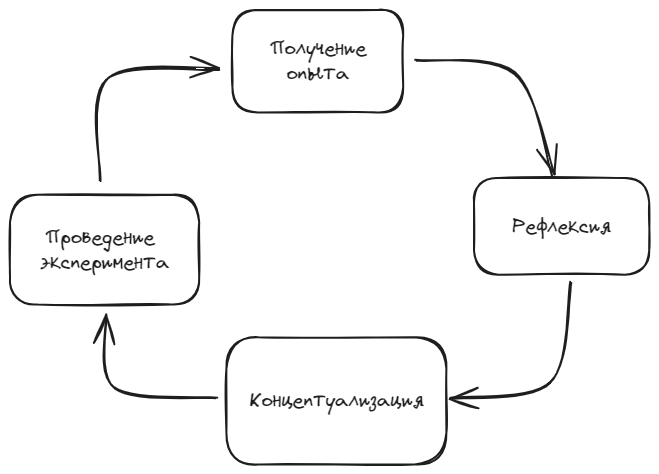
Before: diplom/assets/pedagogic/psy/colb.excalidraw.png, a diagram exported from Excalidraw (NMashalov/EducationGenerativeModelApplication). Source tidied: one line per element, renumbered; positions are measured from the earlier drawing's top-left corner, leaving out a move shared by most shapes.
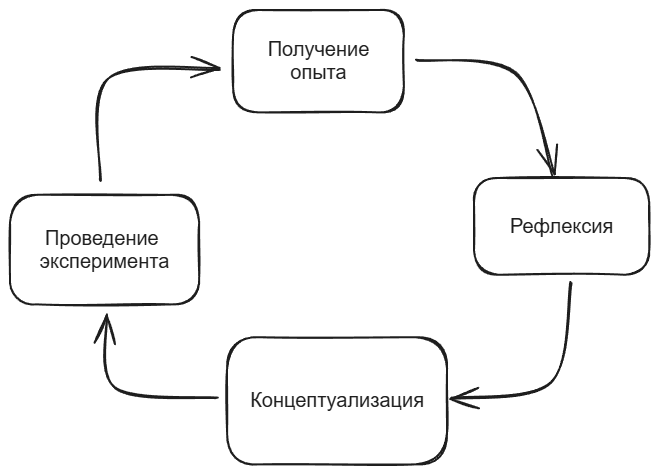
Later version of the same file.

Change to the diagram source:
```diff
@@ -1,12 +1,12 @@
 {"id": 0, "type": "rectangle", "strokeColor": "#1e1e1e", "strokeWidth": 2, "roughness": 1, "round": true, "x": 216, "y": 327, "width": 220, "height": 127}
-{"id": 1, "type": "text", "text": "Концептуализация", "strokeColor": "#1e1e1e", "strokeWidth": 2, "roughness": 1, "fontSize": 20, "fontFamily": 1, "textAlign": "center", "verticalAlign": "middle", "inside": 0, "x": 239, "y": 378, "width": 175, "height": 25}
+{"id": 1, "type": "text", "text": "Концептуализация", "strokeColor": "#1e1e1e", "strokeWidth": 2, "roughness": 1, "fontSize": 20, "fontFamily": 2, "textAlign": "center", "verticalAlign": "middle", "inside": 0, "x": 239, "y": 379, "width": 174, "height": 23}
-{"id": 2, "type": "arrow", "strokeColor": "#1e1e1e", "strokeWidth": 2, "roughness": 1, "endArrowhead": "arrow", "round": true, "from": 0, "x": 206, "y": 387, "width": 110, "height": 82, "points": [[0, 0], [-100, -10], [-110, -82]]}
+{"id": 2, "type": "arrow", "strokeColor": "#1e1e1e", "strokeWidth": 2, "roughness": 1, "endArrowhead": "arrow", "round": true, "from": 0, "to": 3, "x": 206, "y": 387, "width": 110, "height": 82, "points": [[0, 0], [-100, -10], [-110, -82]]}
-{"id": 3, "type": "rectangle", "strokeColor": "#1e1e1e", "strokeWidth": 2, "roughness": 1, "round": true, "x": 0, "y": 185, "width": 189, "height": 110}
+{"id": 3, "type": "rectangle", "strokeColor": "#1e1e1e", "strokeWidth": 2, "roughness": 1, "round": true, "x": -1, "y": 185, "width": 189, "height": 110}
-{"id": 4, "type": "text", "text": "Проведение \nэксперимента", "strokeColor": "#1e1e1e", "strokeWidth": 2, "roughness": 1, "fontSize": 20, "fontFamily": 1, "textAlign": "center", "verticalAlign": "middle", "inside": 3, "x": 30, "y": 215, "width": 129, "height": 50}
+{"id": 4, "type": "text", "text": "Проведение \nэксперимента", "strokeColor": "#1e1e1e", "strokeWidth": 2, "roughness": 1, "fontSize": 20, "fontFamily": 2, "textAlign": "center", "verticalAlign": "middle", "inside": 3, "x": 29, "y": 217, "width": 129, "height": 46}
-{"id": 5, "type": "arrow", "strokeColor": "#1e1e1e", "strokeWidth": 2, "roughness": 1, "endArrowhead": "arrow", "round": true, "from": 3, "x": 90, "y": 170, "width": 119, "height": 111, "points": [[0, 0], [7, -101], [119, -111]]}
+{"id": 5, "type": "arrow", "strokeColor": "#1e1e1e", "strokeWidth": 2, "roughness": 1, "endArrowhead": "arrow", "round": true, "from": 3, "x": 89, "y": 170, "width": 120, "height": 111, "points": [[0, 0], [7, -101], [120, -111]]}
 {"id": 6, "type": "rectangle", "strokeColor": "#1e1e1e", "strokeWidth": 2, "roughness": 1, "round": true, "x": 222, "y": 0, "width": 171, "height": 102}
-{"id": 7, "type": "text", "text": "Получение\nопыта", "strokeColor": "#1e1e1e", "strokeWidth": 2, "roughness": 1, "fontSize": 20, "fontFamily": 1, "textAlign": "center", "verticalAlign": "middle", "inside": 6, "x": 259, "y": 26, "width": 97, "height": 50}
+{"id": 7, "type": "text", "text": "Получение\nопыта", "strokeColor": "#1e1e1e", "strokeWidth": 2, "roughness": 1, "fontSize": 20, "fontFamily": 2, "textAlign": "center", "verticalAlign": "middle", "inside": 6, "x": 257, "y": 28, "width": 102, "height": 46}
-{"id": 8, "type": "arrow", "strokeColor": "#1e1e1e", "strokeWidth": 2, "roughness": 1, "endArrowhead": "arrow", "round": true, "from": 6, "to": 9, "x": 406, "y": 50, "width": 137, "height": 115, "points": [[0, 0], [99, 12], [137, 115]]}
+{"id": 8, "type": "arrow", "strokeColor": "#1e1e1e", "strokeWidth": 2, "roughness": 1, "endArrowhead": "arrow", "round": true, "from": 6, "to": 9, "x": 406, "y": 50, "width": 136, "height": 115, "points": [[0, 0], [99, 12], [136, 115]]}
-{"id": 9, "type": "rectangle", "strokeColor": "#1e1e1e", "strokeWidth": 2, "roughness": 1, "round": true, "x": 464, "y": 168, "width": 175, "height": 97}
+{"id": 9, "type": "rectangle", "strokeColor": "#1e1e1e", "strokeWidth": 2, "roughness": 1, "round": true, "x": 463, "y": 168, "width": 175, "height": 97}
-{"id": 10, "type": "text", "text": "Рефлексия", "strokeColor": "#1e1e1e", "strokeWidth": 2, "roughness": 1, "fontSize": 20, "fontFamily": 1, "textAlign": "center", "verticalAlign": "middle", "inside": 9, "x": 502, "y": 204, "width": 99, "height": 25}
+{"id": 10, "type": "text", "text": "Рефлексия", "strokeColor": "#1e1e1e", "strokeWidth": 2, "roughness": 1, "fontSize": 20, "fontFamily": 2, "textAlign": "center", "verticalAlign": "middle", "inside": 9, "x": 499, "y": 205, "width": 103, "height": 23}
-{"id": 11, "type": "arrow", "strokeColor": "#1e1e1e", "strokeWidth": 2, "roughness": 1, "endArrowhead": "arrow", "round": true, "from": 9, "to": 0, "x": 561, "y": 273, "width": 121, "height": 115, "points": [[0, 0], [-21, 99], [-121, 115]]}
+{"id": 11, "type": "arrow", "strokeColor": "#1e1e1e", "strokeWidth": 2, "roughness": 1, "endArrowhead": "arrow", "round": true, "from": 9, "to": 0, "x": 560, "y": 273, "width": 120, "height": 115, "points": [[0, 0], [-21, 99], [-120, 115]]}
```
